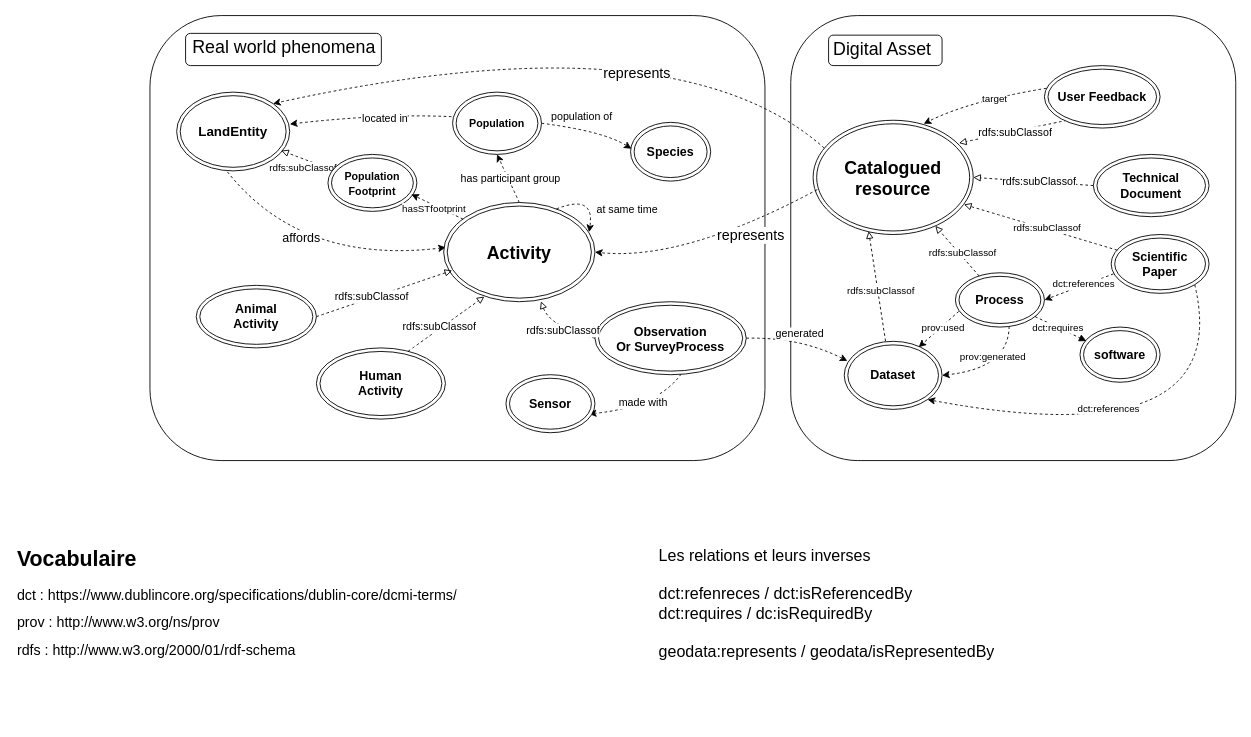
Above: page "Schema principal" (1 of 3) of docs/diagrams/model_KG_article_long.drawio in IntForOut/outdoorPressure (draw.io), before the change. Source tidied: cells renumbered, new cells numbered last; positions are measured from the earlier drawing's top-left corner, leaving out a move shared by most shapes. Both pictures are drawn from the tidied source at 89%, with x=0, y=0 at pixel (15, 15).
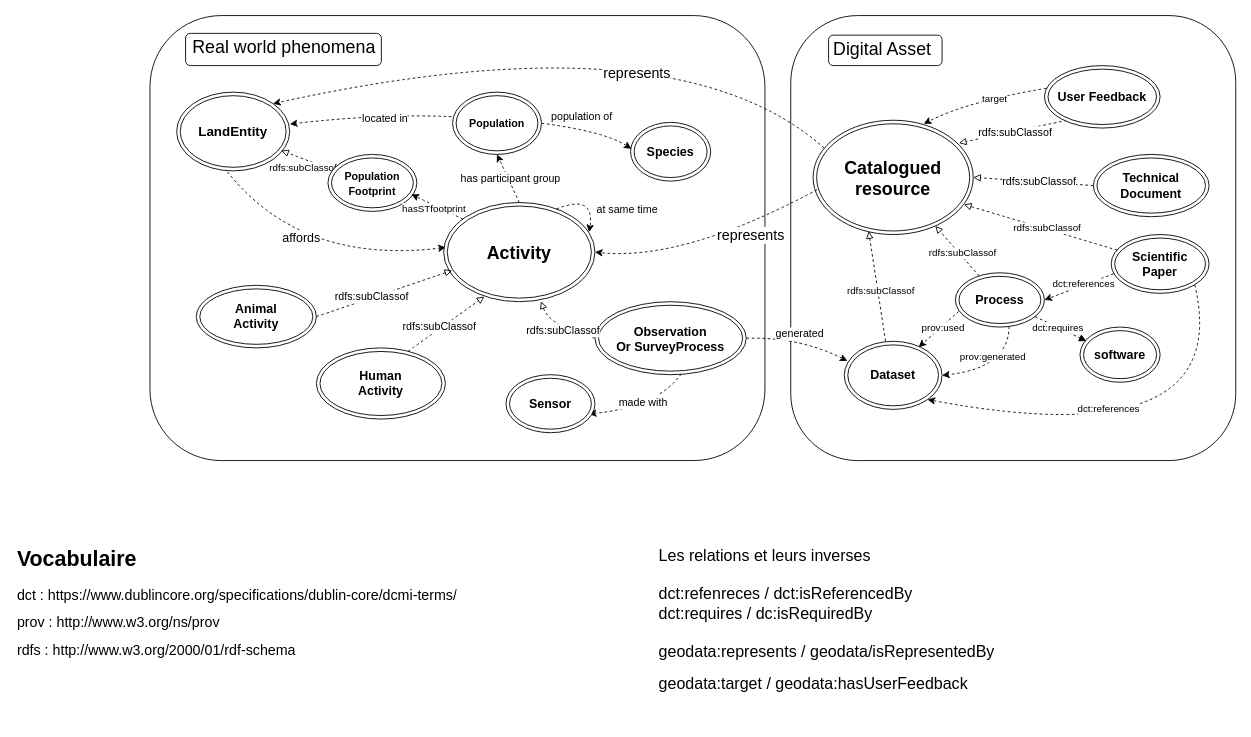
The same page after the edit.

Commit message:
relations inverse

Diff of the diagram source:
```diff
@@
-    <mxCell id="76" value="&lt;div&gt;&lt;font style=&quot;font-size: 18px;&quot;&gt;Les relations et leurs inverses&lt;/font&gt;&lt;/div&gt;&lt;div&gt;&lt;font style=&quot;font-size: 18px;&quot;&gt;&lt;br&gt;&lt;/font&gt;&lt;/div&gt;&lt;div&gt;&lt;font style=&quot;font-size: 18px;&quot;&gt;dct:refenreces / dct:isReferencedBy&lt;/font&gt;&lt;/div&gt;&lt;div&gt;&lt;font style=&quot;font-size: 18px;&quot;&gt;dct:requires / dc:isRequiredBy&lt;/font&gt;&lt;/div&gt;&lt;div&gt;&lt;font style=&quot;font-size: 18px;&quot;&gt;&lt;br&gt;&lt;/font&gt;&lt;/div&gt;&lt;div&gt;&lt;font style=&quot;font-size: 18px;&quot;&gt;geodata:represents / geodata/isRepresentedBy&lt;/font&gt;&lt;/div&gt;" style="text;html=1;whiteSpace=wrap;overflow=hidden;rounded=0;" parent="1" vertex="1">
-      <mxGeometry x="721" y="590" width="450" height="150" as="geometry" />
+    <mxCell id="76" value="&lt;div&gt;&lt;font style=&quot;font-size: 18px;&quot;&gt;Les relations et leurs inverses&lt;/font&gt;&lt;/div&gt;&lt;div&gt;&lt;font style=&quot;font-size: 18px;&quot;&gt;&lt;br&gt;&lt;/font&gt;&lt;/div&gt;&lt;div&gt;&lt;font style=&quot;font-size: 18px;&quot;&gt;dct:refenreces / dct:isReferencedBy&lt;/font&gt;&lt;/div&gt;&lt;div&gt;&lt;font style=&quot;font-size: 18px;&quot;&gt;dct:requires / dc:isRequiredBy&lt;/font&gt;&lt;/div&gt;&lt;div&gt;&lt;font style=&quot;font-size: 18px;&quot;&gt;&lt;br&gt;&lt;/font&gt;&lt;/div&gt;&lt;div&gt;&lt;font style=&quot;font-size: 18px;&quot;&gt;geodata:represents / geodata/isRepresentedBy&lt;/font&gt;&lt;/div&gt;&lt;div&gt;&lt;br&gt;&lt;/div&gt;&lt;div&gt;&lt;font style=&quot;font-size: 18px;&quot;&gt;geodata:target / geodata:hasUserFeedback&lt;/font&gt;&lt;/div&gt;" style="text;html=1;whiteSpace=wrap;overflow=hidden;rounded=0;" parent="1" vertex="1">
+      <mxGeometry x="721" y="590" width="450" height="200" as="geometry" />
     </mxCell>
```
